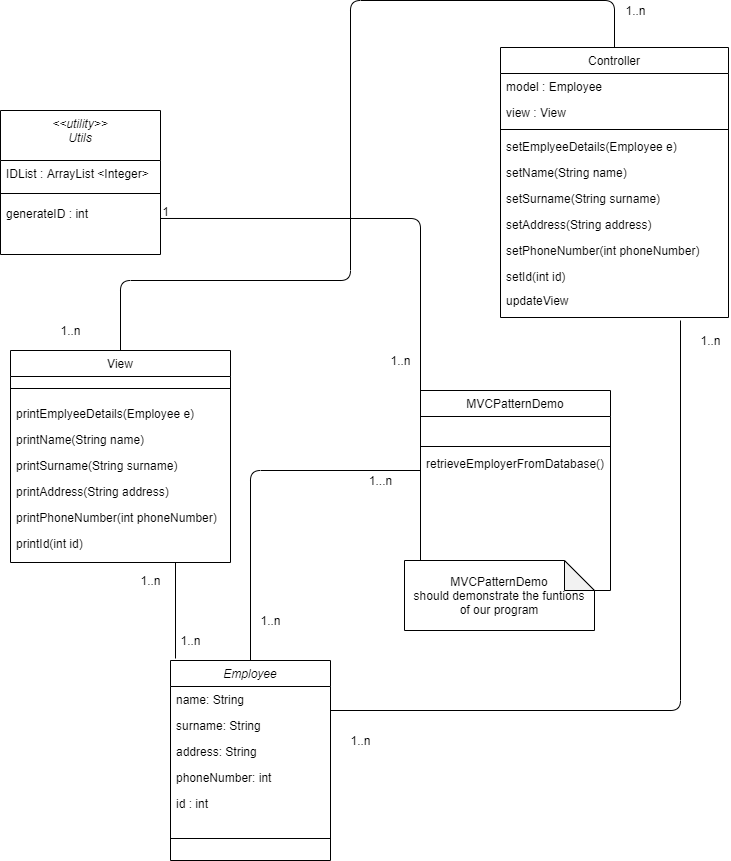
Above: SoftCon2020_Assignment_6/CompanySystem/UML/UML.png in HuberNicolas/swc-group38 (draw.io), before the change. Source tidied: cells renumbered, new cells last; positions are measured from the earlier drawing's top-left corner, leaving out a move shared by most shapes.
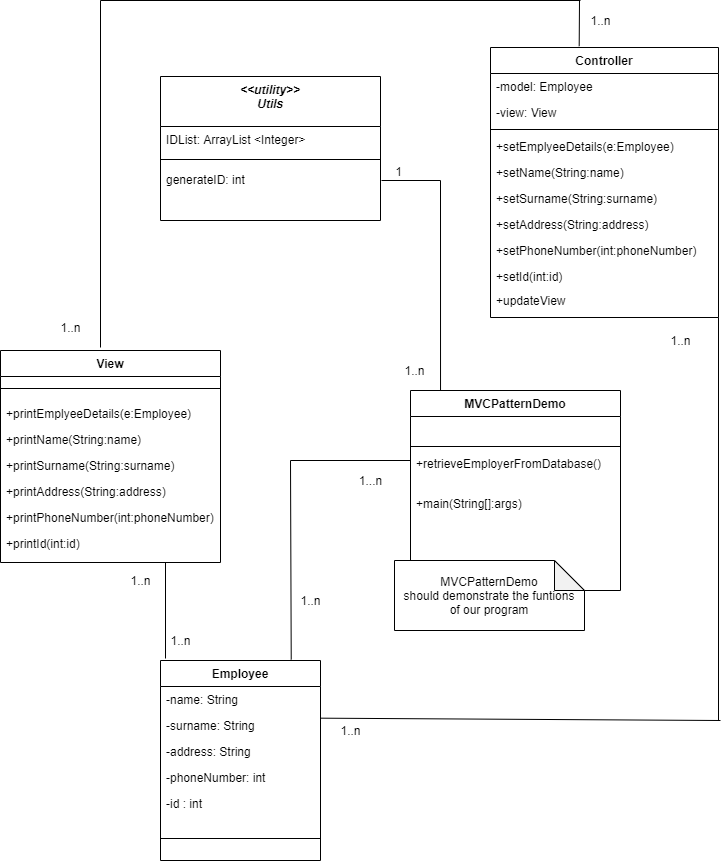
The same diagram one commit later.

Diff of the diagram source:
```diff
@@ -2,133 +2,124 @@
   <root>
     <mxCell id="0" />
     <mxCell id="1" parent="0" />
-    <mxCell id="2" value="Employee" style="swimlane;fontStyle=2;align=center;verticalAlign=top;horizontal=1;startSize=26;rounded=0;shadow=0;strokeWidth=1;" parent="1" vertex="1">
+    <mxCell id="2" value="Employee" style="swimlane;fontStyle=1;align=center;verticalAlign=top;horizontal=1;startSize=26;rounded=0;shadow=0;strokeWidth=1;" parent="1" vertex="1">
       <mxGeometry x="170" y="660" width="160" height="200" as="geometry" />
     </mxCell>
-    <mxCell id="3" value="name: String" style="text;align=left;verticalAlign=top;spacingLeft=4;spacingRight=4;overflow=hidden;points=[[0,0.5],[1,0.5]];portConstraint=eastwest;" parent="2" vertex="1">
+    <mxCell id="3" value="-name: String" style="text;align=left;verticalAlign=top;spacingLeft=4;spacingRight=4;overflow=hidden;points=[[0,0.5],[1,0.5]];portConstraint=eastwest;" parent="2" vertex="1">
       <mxGeometry y="26" width="160" height="26" as="geometry" />
     </mxCell>
-    <mxCell id="4" value="surname: String" style="text;align=left;verticalAlign=top;spacingLeft=4;spacingRight=4;overflow=hidden;points=[[0,0.5],[1,0.5]];portConstraint=eastwest;rounded=0;shadow=0;html=0;" parent="2" vertex="1">
+    <mxCell id="4" value="-surname: String" style="text;align=left;verticalAlign=top;spacingLeft=4;spacingRight=4;overflow=hidden;points=[[0,0.5],[1,0.5]];portConstraint=eastwest;rounded=0;shadow=0;html=0;" parent="2" vertex="1">
       <mxGeometry y="52" width="160" height="26" as="geometry" />
     </mxCell>
-    <mxCell id="5" value="address: String" style="text;align=left;verticalAlign=top;spacingLeft=4;spacingRight=4;overflow=hidden;rounded=0;shadow=0;html=0;" parent="2" vertex="1">
+    <mxCell id="5" value="-address: String" style="text;align=left;verticalAlign=top;spacingLeft=4;spacingRight=4;overflow=hidden;rounded=0;shadow=0;html=0;" parent="2" vertex="1">
       <mxGeometry y="78" width="160" height="26" as="geometry" />
     </mxCell>
-    <mxCell id="6" value="phoneNumber: int" style="text;align=left;verticalAlign=top;spacingLeft=4;spacingRight=4;overflow=hidden;rounded=0;shadow=0;html=0;" parent="2" vertex="1">
+    <mxCell id="6" value="-phoneNumber: int" style="text;align=left;verticalAlign=top;spacingLeft=4;spacingRight=4;overflow=hidden;rounded=0;shadow=0;html=0;" parent="2" vertex="1">
       <mxGeometry y="104" width="160" height="26" as="geometry" />
     </mxCell>
-    <mxCell id="7" value="id : int" style="text;align=left;verticalAlign=top;spacingLeft=4;spacingRight=4;overflow=hidden;rounded=0;shadow=0;html=0;" parent="2" vertex="1">
+    <mxCell id="7" value="-id : int" style="text;align=left;verticalAlign=top;spacingLeft=4;spacingRight=4;overflow=hidden;rounded=0;shadow=0;html=0;" parent="2" vertex="1">
       <mxGeometry y="130" width="160" height="26" as="geometry" />
     </mxCell>
     <mxCell id="8" style="line;html=1;strokeWidth=1;align=left;verticalAlign=middle;spacingTop=-1;spacingLeft=3;spacingRight=3;labelPosition=right;" parent="2" vertex="1">
       <mxGeometry y="156" width="160" height="44" as="geometry" />
     </mxCell>
-    <mxCell id="9" value="View" style="swimlane;fontStyle=0;align=center;verticalAlign=top;horizontal=1;startSize=26;rounded=0;shadow=0;strokeWidth=1;" parent="1" vertex="1">
+    <mxCell id="9" value="View" style="swimlane;fontStyle=1;align=center;verticalAlign=top;horizontal=1;startSize=26;rounded=0;shadow=0;strokeWidth=1;" parent="1" vertex="1">
       <mxGeometry x="10" y="350" width="220" height="212" as="geometry" />
     </mxCell>
     <mxCell id="10" style="line;html=1;strokeWidth=1;align=left;verticalAlign=middle;spacingTop=-1;spacingLeft=3;spacingRight=3;labelPosition=right;" parent="9" vertex="1">
       <mxGeometry y="26" width="220" height="24" as="geometry" />
     </mxCell>
-    <mxCell id="11" value="printEmplyeeDetails(Employee e)" style="text;align=left;verticalAlign=top;spacingLeft=4;spacingRight=4;overflow=hidden;" parent="9" vertex="1">
+    <mxCell id="11" value="+printEmplyeeDetails(e:Employee)" style="text;align=left;verticalAlign=top;spacingLeft=4;spacingRight=4;overflow=hidden;" parent="9" vertex="1">
       <mxGeometry y="50" width="220" height="26" as="geometry" />
     </mxCell>
-    <mxCell id="12" value="printName(String name)" style="text;align=left;verticalAlign=top;spacingLeft=4;spacingRight=4;overflow=hidden;" parent="9" vertex="1">
+    <mxCell id="12" value="+printName(String:name)" style="text;align=left;verticalAlign=top;spacingLeft=4;spacingRight=4;overflow=hidden;" parent="9" vertex="1">
       <mxGeometry y="76" width="220" height="26" as="geometry" />
     </mxCell>
-    <mxCell id="13" value="printSurname(String surname)" style="text;align=left;verticalAlign=top;spacingLeft=4;spacingRight=4;overflow=hidden;" parent="9" vertex="1">
+    <mxCell id="13" value="+printSurname(String:surname)" style="text;align=left;verticalAlign=top;spacingLeft=4;spacingRight=4;overflow=hidden;" parent="9" vertex="1">
       <mxGeometry y="102" width="220" height="26" as="geometry" />
     </mxCell>
-    <mxCell id="14" value="printAddress(String address)" style="text;align=left;verticalAlign=top;spacingLeft=4;spacingRight=4;overflow=hidden;" parent="9" vertex="1">
+    <mxCell id="14" value="+printAddress(String:address)" style="text;align=left;verticalAlign=top;spacingLeft=4;spacingRight=4;overflow=hidden;" parent="9" vertex="1">
       <mxGeometry y="128" width="220" height="26" as="geometry" />
     </mxCell>
-    <mxCell id="15" value="printPhoneNumber(int phoneNumber)" style="text;align=left;verticalAlign=top;spacingLeft=4;spacingRight=4;overflow=hidden;" parent="9" vertex="1">
+    <mxCell id="15" value="+printPhoneNumber(int:phoneNumber)" style="text;align=left;verticalAlign=top;spacingLeft=4;spacingRight=4;overflow=hidden;" parent="9" vertex="1">
       <mxGeometry y="154" width="220" height="26" as="geometry" />
     </mxCell>
-    <mxCell id="16" value="printId(int id)" style="text;align=left;verticalAlign=top;spacingLeft=4;spacingRight=4;overflow=hidden;" parent="9" vertex="1">
+    <mxCell id="16" value="+printId(int:id)" style="text;align=left;verticalAlign=top;spacingLeft=4;spacingRight=4;overflow=hidden;" parent="9" vertex="1">
       <mxGeometry y="180" width="220" height="26" as="geometry" />
     </mxCell>
-    <mxCell id="17" value="MVCPatternDemo" style="swimlane;fontStyle=0;align=center;verticalAlign=top;horizontal=1;startSize=26;rounded=0;shadow=0;strokeWidth=1;" parent="1" vertex="1">
-      <mxGeometry x="420" y="390" width="190" height="200" as="geometry" />
+    <mxCell id="17" value="MVCPatternDemo" style="swimlane;fontStyle=1;align=center;verticalAlign=top;horizontal=1;startSize=26;rounded=0;shadow=0;strokeWidth=1;" parent="1" vertex="1">
+      <mxGeometry x="420" y="390" width="210" height="200" as="geometry" />
     </mxCell>
     <mxCell id="18" value=" " style="text;align=left;verticalAlign=top;spacingLeft=4;spacingRight=4;overflow=hidden;" parent="17" vertex="1">
-      <mxGeometry y="26" width="190" height="26" as="geometry" />
+      <mxGeometry y="26" width="210" height="26" as="geometry" />
     </mxCell>
     <mxCell id="19" style="line;html=1;strokeWidth=1;align=left;verticalAlign=middle;spacingTop=-1;spacingLeft=3;spacingRight=3;labelPosition=right;" parent="17" vertex="1">
-      <mxGeometry y="52" width="190" height="8" as="geometry" />
+      <mxGeometry y="52" width="210" height="8" as="geometry" />
     </mxCell>
-    <mxCell id="20" value="retrieveEmployerFromDatabase()" style="text;align=left;verticalAlign=top;spacingLeft=4;spacingRight=4;overflow=hidden;points=[[0,0.5],[1,0.5]];portConstraint=eastwest;" parent="17" vertex="1">
-      <mxGeometry y="60" width="190" height="40" as="geometry" />
+    <mxCell id="20" value="+retrieveEmployerFromDatabase()" style="text;align=left;verticalAlign=top;spacingLeft=4;spacingRight=4;overflow=hidden;points=[[0,0.5],[1,0.5]];portConstraint=eastwest;" parent="17" vertex="1">
+      <mxGeometry y="60" width="210" height="40" as="geometry" />
     </mxCell>
+    <mxCell id="52" value="+main(String[]:args)" style="text;align=left;verticalAlign=top;spacingLeft=4;spacingRight=4;overflow=hidden;" parent="17" vertex="1">
+      <mxGeometry y="100" width="210" height="40" as="geometry" />
+    </mxCell>
-    <mxCell id="21" value="Controller" style="swimlane;fontStyle=0;align=center;verticalAlign=top;horizontal=1;startSize=26;rounded=0;shadow=0;strokeWidth=1;" parent="1" vertex="1">
+    <mxCell id="21" value="Controller" style="swimlane;fontStyle=1;align=center;verticalAlign=top;horizontal=1;startSize=26;rounded=0;shadow=0;strokeWidth=1;" parent="1" vertex="1">
       <mxGeometry x="500" y="47" width="228" height="270" as="geometry" />
     </mxCell>
-    <mxCell id="22" value="model : Employee" style="text;align=left;verticalAlign=top;spacingLeft=4;spacingRight=4;overflow=hidden;" parent="21" vertex="1">
+    <mxCell id="22" value="-model: Employee" style="text;align=left;verticalAlign=top;spacingLeft=4;spacingRight=4;overflow=hidden;" parent="21" vertex="1">
       <mxGeometry y="26" width="228" height="26" as="geometry" />
     </mxCell>
-    <mxCell id="23" value="view : View" style="text;align=left;verticalAlign=top;spacingLeft=4;spacingRight=4;overflow=hidden;rounded=0;shadow=0;html=0;" parent="21" vertex="1">
+    <mxCell id="23" value="-view: View" style="text;align=left;verticalAlign=top;spacingLeft=4;spacingRight=4;overflow=hidden;rounded=0;shadow=0;html=0;" parent="21" vertex="1">
       <mxGeometry y="52" width="228" height="26" as="geometry" />
     </mxCell>
     <mxCell id="24" style="line;html=1;strokeWidth=1;align=left;verticalAlign=middle;spacingTop=-1;spacingLeft=3;spacingRight=3;labelPosition=right;" parent="21" vertex="1">
       <mxGeometry y="78" width="228" height="8" as="geometry" />
     </mxCell>
-    <mxCell id="25" value="setEmplyeeDetails(Employee e)" style="text;align=left;verticalAlign=top;spacingLeft=4;spacingRight=4;overflow=hidden;" parent="21" vertex="1">
+    <mxCell id="25" value="+setEmplyeeDetails(e:Employee)" style="text;align=left;verticalAlign=top;spacingLeft=4;spacingRight=4;overflow=hidden;" parent="21" vertex="1">
       <mxGeometry y="86" width="228" height="26" as="geometry" />
     </mxCell>
-    <mxCell id="26" value="setName(String name)" style="text;align=left;verticalAlign=top;spacingLeft=4;spacingRight=4;overflow=hidden;" parent="21" vertex="1">
+    <mxCell id="26" value="+setName(String:name)" style="text;align=left;verticalAlign=top;spacingLeft=4;spacingRight=4;overflow=hidden;" parent="21" vertex="1">
       <mxGeometry y="112" width="228" height="26" as="geometry" />
     </mxCell>
-    <mxCell id="27" value="setSurname(String surname)" style="text;align=left;verticalAlign=top;spacingLeft=4;spacingRight=4;overflow=hidden;" parent="21" vertex="1">
+    <mxCell id="27" value="+setSurname(String:surname)" style="text;align=left;verticalAlign=top;spacingLeft=4;spacingRight=4;overflow=hidden;" parent="21" vertex="1">
       <mxGeometry y="138" width="228" height="26" as="geometry" />
     </mxCell>
-    <mxCell id="28" value="setAddress(String address)" style="text;align=left;verticalAlign=top;spacingLeft=4;spacingRight=4;overflow=hidden;" parent="21" vertex="1">
+    <mxCell id="28" value="+setAddress(String:address)" style="text;align=left;verticalAlign=top;spacingLeft=4;spacingRight=4;overflow=hidden;" parent="21" vertex="1">
       <mxGeometry y="164" width="228" height="26" as="geometry" />
     </mxCell>
-    <mxCell id="29" value="setPhoneNumber(int phoneNumber)" style="text;align=left;verticalAlign=top;spacingLeft=4;spacingRight=4;overflow=hidden;" parent="21" vertex="1">
+    <mxCell id="29" value="+setPhoneNumber(int:phoneNumber)" style="text;align=left;verticalAlign=top;spacingLeft=4;spacingRight=4;overflow=hidden;" parent="21" vertex="1">
       <mxGeometry y="190" width="228" height="26" as="geometry" />
     </mxCell>
-    <mxCell id="30" value="setId(int id)" style="text;align=left;verticalAlign=top;spacingLeft=4;spacingRight=4;overflow=hidden;" parent="21" vertex="1">
+    <mxCell id="30" value="+setId(int:id)" style="text;align=left;verticalAlign=top;spacingLeft=4;spacingRight=4;overflow=hidden;" parent="21" vertex="1">
       <mxGeometry y="216" width="228" height="24" as="geometry" />
     </mxCell>
-    <mxCell id="31" value="updateView" style="text;align=left;verticalAlign=top;spacingLeft=4;spacingRight=4;overflow=hidden;" parent="21" vertex="1">
+    <mxCell id="31" value="+updateView" style="text;align=left;verticalAlign=top;spacingLeft=4;spacingRight=4;overflow=hidden;" parent="21" vertex="1">
       <mxGeometry y="240" width="228" height="24" as="geometry" />
     </mxCell>
-    <mxCell id="32" value="&lt;&lt;utility&gt;&gt;&#10;Utils" style="swimlane;fontStyle=2;align=center;verticalAlign=top;horizontal=1;startSize=50;rounded=0;shadow=0;strokeWidth=1;" parent="1" vertex="1">
-      <mxGeometry y="110" width="160" height="144" as="geometry" />
+    <mxCell id="32" value="&lt;&lt;utility&gt;&gt;&#10;Utils" style="swimlane;fontStyle=3;align=center;verticalAlign=top;horizontal=1;startSize=50;rounded=0;shadow=0;strokeWidth=1;" parent="1" vertex="1">
+      <mxGeometry x="170" y="76" width="220" height="144" as="geometry" />
     </mxCell>
-    <mxCell id="33" value="IDList : ArrayList &lt;Integer&gt;" style="text;align=left;verticalAlign=top;spacingLeft=4;spacingRight=4;overflow=hidden;" parent="32" vertex="1">
-      <mxGeometry y="50" width="160" height="26" as="geometry" />
+    <mxCell id="33" value="IDList: ArrayList &lt;Integer&gt;" style="text;align=left;verticalAlign=top;spacingLeft=4;spacingRight=4;overflow=hidden;" parent="32" vertex="1">
+      <mxGeometry y="50" width="220" height="26" as="geometry" />
     </mxCell>
     <mxCell id="34" style="line;html=1;strokeWidth=1;align=left;verticalAlign=middle;spacingTop=-1;spacingLeft=3;spacingRight=3;labelPosition=right;" parent="32" vertex="1">
-      <mxGeometry y="76" width="160" height="14" as="geometry" />
+      <mxGeometry y="76" width="220" height="14" as="geometry" />
     </mxCell>
-    <mxCell id="35" value="generateID : int" style="text;align=left;verticalAlign=top;spacingLeft=4;spacingRight=4;overflow=hidden;points=[[0,0.5],[1,0.5]];portConstraint=eastwest;" parent="32" vertex="1">
-      <mxGeometry y="90" width="160" height="54" as="geometry" />
+    <mxCell id="35" value="generateID: int" style="text;align=left;verticalAlign=top;spacingLeft=4;spacingRight=4;overflow=hidden;points=[[0,0.5],[1,0.5]];portConstraint=eastwest;" parent="32" vertex="1">
+      <mxGeometry y="90" width="220" height="54" as="geometry" />
     </mxCell>
-    <mxCell id="36" style="endArrow=none;html=1;entryX=0;entryY=0.5;entryDx=0;entryDy=0;exitX=1;exitY=0.333;exitDx=0;exitDy=0;exitPerimeter=0;" parent="1" edge="1" source="35" target="20">
-      <mxGeometry relative="1" as="geometry">
-        <Array as="points">
-          <mxPoint x="420" y="218" />
-        </Array>
-      </mxGeometry>
-    </mxCell>
     <mxCell id="37" value="1" style="align=right;verticalAlign=bottom;labelBackgroundColor=none;fontSize=12;" parent="1" vertex="1">
-      <mxGeometry x="170" y="220" as="geometry" />
+      <mxGeometry x="340" y="182" as="geometry">
+        <mxPoint x="73" y="-2" as="offset" />
+      </mxGeometry>
     </mxCell>
-    <mxCell id="38" style="endArrow=none;html=1;entryX=0;entryY=0.5;entryDx=0;entryDy=0;exitX=0.5;exitY=0;exitDx=0;exitDy=0;" parent="1" edge="1" source="2" target="20">
-      <mxGeometry relative="1" as="geometry">
-        <Array as="points">
-          <mxPoint x="250" y="470" />
-        </Array>
-      </mxGeometry>
-    </mxCell>
     <mxCell id="39" value="1..n" style="text;html=1;align=center;verticalAlign=middle;" parent="1" vertex="1">
-      <mxGeometry x="250" y="610" width="40" height="20" as="geometry" />
+      <mxGeometry x="300" y="590" width="40" height="20" as="geometry" />
     </mxCell>
     <mxCell id="40" value="1...n" style="text;html=1;align=center;verticalAlign=middle;" parent="1" vertex="1">
       <mxGeometry x="360" y="470" width="40" height="20" as="geometry" />
     </mxCell>
     <mxCell id="41" value="1..n" style="text;html=1;align=center;verticalAlign=middle;" parent="1" vertex="1">
-      <mxGeometry x="380" y="350" width="40" height="20" as="geometry" />
+      <mxGeometry x="404" y="360" width="40" height="20" as="geometry" />
     </mxCell>
     <mxCell id="42" style="endArrow=none;html=1;exitX=0.75;exitY=1;exitDx=0;exitDy=0;" parent="1" edge="1" source="9">
       <mxGeometry relative="1" as="geometry">
@@ -141,38 +132,69 @@
     <mxCell id="44" value="1..n" style="text;html=1;align=center;verticalAlign=middle;" parent="1" vertex="1">
       <mxGeometry x="170" y="630" width="40" height="20" as="geometry" />
     </mxCell>
-    <mxCell id="45" style="endArrow=none;html=1;exitX=0.5;exitY=0;exitDx=0;exitDy=0;entryX=0.5;entryY=0;entryDx=0;entryDy=0;" parent="1" edge="1" source="9" target="21">
-      <mxGeometry relative="1" as="geometry">
-        <Array as="points">
-          <mxPoint x="120" y="280" />
-          <mxPoint x="350" y="280" />
-          <mxPoint x="350" />
-          <mxPoint x="614" />
-        </Array>
-      </mxGeometry>
-    </mxCell>
     <mxCell id="46" value="1..n" style="text;html=1;align=center;verticalAlign=middle;" parent="1" vertex="1">
-      <mxGeometry x="50" y="320" width="40" height="20" as="geometry" />
+      <mxGeometry x="60" y="317" width="40" height="20" as="geometry" />
     </mxCell>
     <mxCell id="47" value="1..n" style="text;html=1;align=center;verticalAlign=middle;" parent="1" vertex="1">
-      <mxGeometry x="615" width="40" height="20" as="geometry" />
+      <mxGeometry x="590" y="10" width="40" height="20" as="geometry" />
     </mxCell>
     <mxCell id="48" value="MVCPatternDemo&lt;br&gt;should demonstrate the funtions&lt;br&gt;of our program" style="shape=note;whiteSpace=wrap;html=1;backgroundOutline=1;darkOpacity=0.05;" parent="1" vertex="1">
       <mxGeometry x="404" y="560" width="190" height="70" as="geometry" />
     </mxCell>
-    <mxCell id="49" style="endArrow=none;html=1;exitX=1;exitY=0.923;exitDx=0;exitDy=0;exitPerimeter=0;" parent="1" edge="1" source="3">
-      <mxGeometry relative="1" as="geometry">
-        <mxPoint x="680" y="320" as="targetPoint" />
-        <Array as="points">
-          <mxPoint x="680" y="710" />
-        </Array>
-      </mxGeometry>
-    </mxCell>
     <mxCell id="50" value="1..n" style="text;html=1;align=center;verticalAlign=middle;" parent="1" vertex="1">
-      <mxGeometry x="340" y="730" width="40" height="20" as="geometry" />
+      <mxGeometry x="340" y="720" width="40" height="20" as="geometry" />
     </mxCell>
     <mxCell id="51" value="1..n" style="text;html=1;align=center;verticalAlign=middle;" parent="1" vertex="1">
-      <mxGeometry x="690" y="330" width="40" height="20" as="geometry" />
+      <mxGeometry x="670" y="330" width="40" height="20" as="geometry" />
     </mxCell>
+    <mxCell id="53" style="endArrow=none;html=1;" parent="1" edge="1">
+      <mxGeometry relative="1" as="geometry">
+        <mxPoint x="300" y="460" as="sourcePoint" />
+        <mxPoint x="420" y="460" as="targetPoint" />
+      </mxGeometry>
+    </mxCell>
+    <mxCell id="54" style="endArrow=none;html=1;exitX=0.817;exitY=-0.005;exitDx=0;exitDy=0;exitPerimeter=0;" parent="1" edge="1" source="2">
+      <mxGeometry relative="1" as="geometry">
+        <mxPoint x="300" y="460" as="targetPoint" />
+      </mxGeometry>
+    </mxCell>
+    <mxCell id="55" style="endArrow=none;html=1;exitX=1;exitY=0.218;exitDx=0;exitDy=0;exitPerimeter=0;" parent="1" edge="1" source="4">
+      <mxGeometry relative="1" as="geometry">
+        <mxPoint x="730" y="720" as="targetPoint" />
+      </mxGeometry>
+    </mxCell>
+    <mxCell id="56" style="endArrow=none;html=1;exitX=1;exitY=1;exitDx=0;exitDy=0;" parent="1" edge="1" source="21">
+      <mxGeometry relative="1" as="geometry">
+        <mxPoint x="728" y="720" as="targetPoint" />
+      </mxGeometry>
+    </mxCell>
+    <mxCell id="57" style="endArrow=none;html=1;entryX=0.389;entryY=-0.005;entryDx=0;entryDy=0;entryPerimeter=0;" parent="1" edge="1" target="21">
+      <mxGeometry relative="1" as="geometry">
+        <mxPoint x="589" as="sourcePoint" />
+      </mxGeometry>
+    </mxCell>
+    <mxCell id="58" style="endArrow=none;html=1;" parent="1" edge="1">
+      <mxGeometry relative="1" as="geometry">
+        <mxPoint x="110" as="sourcePoint" />
+        <mxPoint x="590" as="targetPoint" />
+      </mxGeometry>
+    </mxCell>
+    <mxCell id="59" style="endArrow=none;html=1;" parent="1" edge="1">
+      <mxGeometry relative="1" as="geometry">
+        <mxPoint x="110" y="347" as="sourcePoint" />
+        <mxPoint x="110" as="targetPoint" />
+      </mxGeometry>
+    </mxCell>
+    <mxCell id="60" style="endArrow=none;html=1;entryX=0.143;entryY=0;entryDx=0;entryDy=0;entryPerimeter=0;" parent="1" edge="1" target="17">
+      <mxGeometry relative="1" as="geometry">
+        <mxPoint x="450" y="180" as="sourcePoint" />
+      </mxGeometry>
+    </mxCell>
+    <mxCell id="61" style="endArrow=none;html=1;" parent="1" edge="1">
+      <mxGeometry relative="1" as="geometry">
+        <mxPoint x="391" y="180" as="sourcePoint" />
+        <mxPoint x="450" y="180" as="targetPoint" />
+      </mxGeometry>
+    </mxCell>
   </root>
 </mxGraphModel>
```
